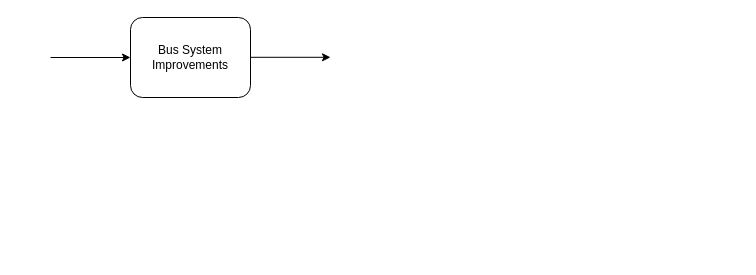
lukas0173/Draw.io keeps this draw.io diagram as PBL6-BusSystemImprovementDecomposition.drawio. Above is the earlier version. Source tidied: cells renumbered, new cells numbered last; positions are measured from the earlier drawing's top-left corner, leaving out a move shared by most shapes. Both pictures are drawn from the tidied source at 100%, with x=0, y=0 at pixel (50, 17).
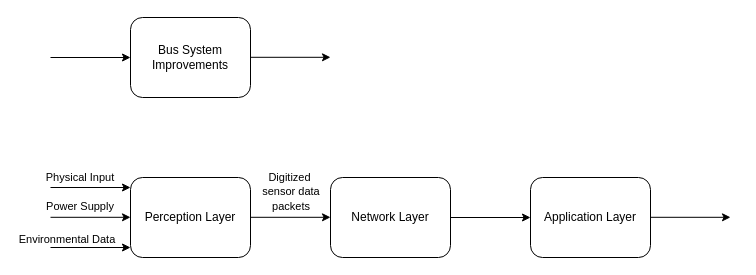
The same page after the edit.

The edit, as a diff of the source:
```diff
@@
+    <mxCell id="5" value="Perception Layer" style="rounded=1;whiteSpace=wrap;html=1;" parent="1" vertex="1">
+      <mxGeometry x="80" y="160" width="120" height="80" as="geometry" />
+    </mxCell>
+    <mxCell id="6" style="endArrow=classic;html=1;rounded=0;entryX=0;entryY=0.5;entryDx=0;entryDy=0;endFill=1;" parent="1" edge="1">
+      <mxGeometry relative="1" as="geometry">
+        <mxPoint y="170" as="sourcePoint" />
+        <mxPoint x="80" y="170" as="targetPoint" />
+      </mxGeometry>
+    </mxCell>
+    <mxCell id="7" style="endArrow=classic;html=1;rounded=0;entryX=0;entryY=0.5;entryDx=0;entryDy=0;endFill=1;" parent="1" edge="1">
+      <mxGeometry relative="1" as="geometry">
+        <mxPoint x="200" y="199.8" as="sourcePoint" />
+        <mxPoint x="280" y="199.8" as="targetPoint" />
+      </mxGeometry>
+    </mxCell>
+    <mxCell id="8" style="edgeStyle=orthogonalEdgeStyle;rounded=0;jettySize=auto;html=1;" parent="1" edge="1" source="9" target="10">
+      <mxGeometry relative="1" as="geometry" />
+    </mxCell>
+    <mxCell id="9" value="Network Layer" style="rounded=1;whiteSpace=wrap;html=1;" parent="1" vertex="1">
+      <mxGeometry x="280" y="160" width="120" height="80" as="geometry" />
+    </mxCell>
+    <mxCell id="10" value="Application Layer" style="rounded=1;whiteSpace=wrap;html=1;" parent="1" vertex="1">
+      <mxGeometry x="480" y="160" width="120" height="80" as="geometry" />
+    </mxCell>
+    <mxCell id="11" style="edgeStyle=orthogonalEdgeStyle;rounded=0;orthogonalLoop=1;jettySize=auto;html=1;" parent="1" edge="1">
+      <mxGeometry relative="1" as="geometry">
+        <mxPoint x="600" y="199.8" as="sourcePoint" />
+        <mxPoint x="680" y="199.8" as="targetPoint" />
+      </mxGeometry>
+    </mxCell>
+    <mxCell id="12" style="endArrow=classic;html=1;rounded=0;entryX=0;entryY=0.5;entryDx=0;entryDy=0;endFill=1;" parent="1" edge="1">
+      <mxGeometry relative="1" as="geometry">
+        <mxPoint y="199.8" as="sourcePoint" />
+        <mxPoint x="80" y="199.8" as="targetPoint" />
+      </mxGeometry>
+    </mxCell>
+    <mxCell id="13" style="endArrow=classic;html=1;rounded=0;entryX=0;entryY=0.5;entryDx=0;entryDy=0;endFill=1;" parent="1" edge="1">
+      <mxGeometry relative="1" as="geometry">
+        <mxPoint y="230" as="sourcePoint" />
+        <mxPoint x="80" y="230" as="targetPoint" />
+      </mxGeometry>
+    </mxCell>
+    <mxCell id="14" value="&lt;font style=&quot;font-size: 11px;&quot;&gt;Physical Input&lt;/font&gt;" style="text;html=1;align=center;verticalAlign=middle;whiteSpace=wrap;rounded=0;" parent="1" vertex="1">
+      <mxGeometry x="-10" y="155" width="80" height="10" as="geometry" />
+    </mxCell>
+    <mxCell id="15" value="&lt;font style=&quot;font-size: 11px;&quot;&gt;Power Supply&lt;/font&gt;" style="text;html=1;align=center;verticalAlign=middle;whiteSpace=wrap;rounded=0;" parent="1" vertex="1">
+      <mxGeometry x="-10" y="184" width="80" height="10" as="geometry" />
+    </mxCell>
+    <mxCell id="16" value="&lt;font style=&quot;font-size: 11px;&quot;&gt;Environmental Data&lt;/font&gt;" style="text;html=1;align=center;verticalAlign=middle;whiteSpace=wrap;rounded=0;" parent="1" vertex="1">
+      <mxGeometry x="-33" y="217" width="100" height="10" as="geometry" />
+    </mxCell>
+    <mxCell id="17" value="&lt;font style=&quot;font-size: 11px;&quot;&gt;Digitized&amp;nbsp;&lt;/font&gt;&lt;div&gt;&lt;font style=&quot;font-size: 11px;&quot;&gt;sensor data packets&lt;/font&gt;&lt;/div&gt;" style="text;html=1;align=center;verticalAlign=middle;whiteSpace=wrap;rounded=0;" parent="1" vertex="1">
+      <mxGeometry x="196" y="169" width="90" height="10" as="geometry" />
+    </mxCell>
```
